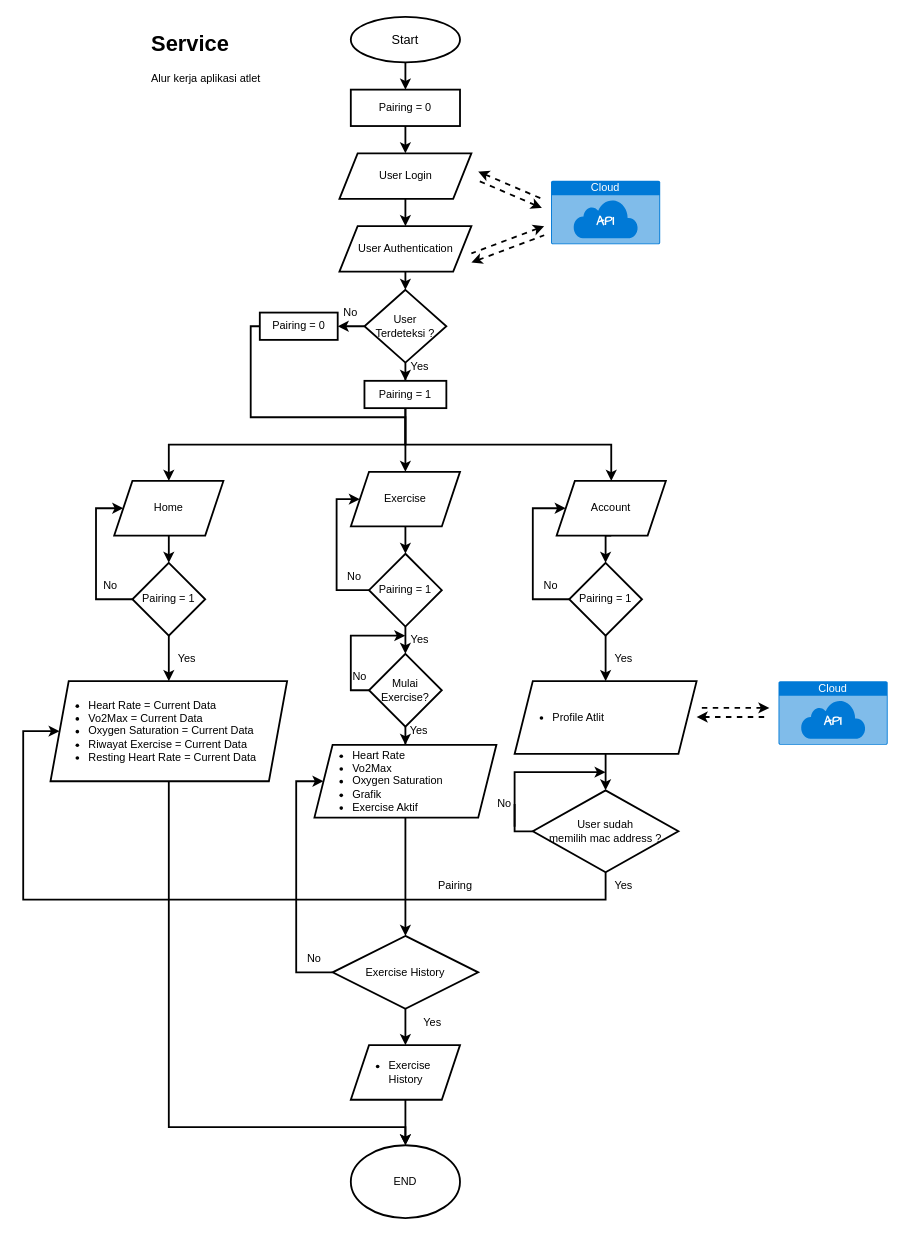
Before: Smartwatch.drawio in ilhamdestyo/draw.io, a draw.io diagram. Source tidied: cells renumbered, new cells numbered last; positions are measured from the earlier drawing's top-left corner, leaving out a move shared by most shapes. Both pictures are drawn from the tidied source at 91%, with x=0, y=0 at pixel (23, 16).
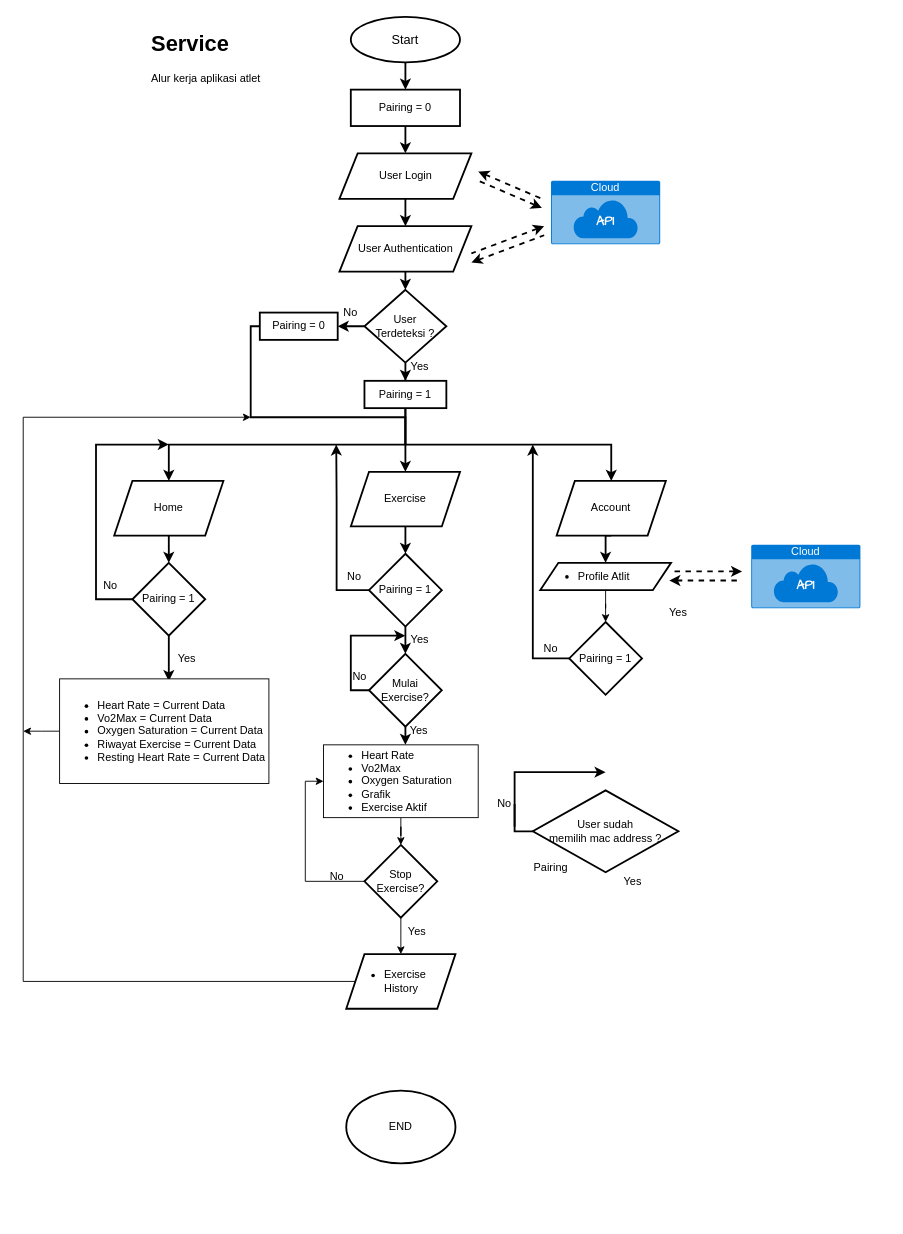
Above is the later version.

The change refers to these unchanged cells:
```xml
<mxCell id="28" value="User sudah &lt;br&gt;memilih mac address ?" style="rhombus;whiteSpace=wrap;html=1;align=center;strokeWidth=2;" parent="1" vertex="1">
  <mxGeometry x="560" y="850" width="160" height="90" as="geometry" />
</mxCell>
<mxCell id="43" value="Home" style="shape=parallelogram;perimeter=parallelogramPerimeter;whiteSpace=wrap;html=1;fixedSize=1;strokeWidth=2;" parent="1" vertex="1">
  <mxGeometry x="100" y="510" width="120" height="60" as="geometry" />
</mxCell>
<mxCell id="45" value="Exercise" style="shape=parallelogram;perimeter=parallelogramPerimeter;whiteSpace=wrap;html=1;fixedSize=1;strokeWidth=2;" parent="1" vertex="1">
  <mxGeometry x="360" y="500" width="120" height="60" as="geometry" />
</mxCell>
<mxCell id="47" value="Account" style="shape=parallelogram;perimeter=parallelogramPerimeter;whiteSpace=wrap;html=1;fixedSize=1;strokeWidth=2;" parent="1" vertex="1">
  <mxGeometry x="586.2" y="510" width="120" height="60" as="geometry" />
</mxCell>
<mxCell id="50" value="Pairing = 1" style="rhombus;whiteSpace=wrap;html=1;strokeWidth=2;" parent="1" vertex="1">
  <mxGeometry x="120" y="600" width="80" height="80" as="geometry" />
</mxCell>
<mxCell id="53" value="Pairing = 1" style="rhombus;whiteSpace=wrap;html=1;strokeWidth=2;" parent="1" vertex="1">
  <mxGeometry x="380" y="590" width="80" height="80" as="geometry" />
</mxCell>
<mxCell id="77" value="Mulai&lt;br&gt;Exercise?" style="rhombus;whiteSpace=wrap;html=1;strokeWidth=2;" parent="1" vertex="1">
  <mxGeometry x="380" y="700" width="80" height="80" as="geometry" />
</mxCell>
```

What changed in the source:
```diff
@@
-    <mxCell id="8" style="edgeStyle=orthogonalEdgeStyle;rounded=0;jettySize=auto;html=1;entryX=0.5;entryY=0;entryDx=0;entryDy=0;strokeWidth=2;" parent="1" edge="1" source="9" target="35">
-      <mxGeometry relative="1" as="geometry">
-        <Array as="points">
-          <mxPoint x="160" y="1220" />
-          <mxPoint x="420" y="1220" />
-        </Array>
-      </mxGeometry>
-    </mxCell>
-    <mxCell id="9" value="&lt;ul&gt;&lt;li&gt;Heart Rate = Current Data&lt;/li&gt;&lt;li&gt;Vo2Max = Current Data&lt;/li&gt;&lt;li&gt;Oxygen Saturation = Current Data&lt;/li&gt;&lt;li&gt;Riwayat Exercise = Current Data&lt;/li&gt;&lt;li&gt;Resting Heart Rate = Current Data&lt;/li&gt;&lt;/ul&gt;" style="shape=parallelogram;perimeter=parallelogramPerimeter;whiteSpace=wrap;html=1;fixedSize=1;align=left;strokeWidth=2;" parent="1" vertex="1">
-      <mxGeometry x="30" y="730" width="260" height="110" as="geometry" />
-    </mxCell>
-    <mxCell id="10" style="edgeStyle=orthogonalEdgeStyle;rounded=0;jettySize=auto;html=1;entryX=0.5;entryY=0;entryDx=0;entryDy=0;strokeWidth=2;" parent="1" edge="1" source="11" target="32">
-      <mxGeometry relative="1" as="geometry" />
-    </mxCell>
-    <mxCell id="11" value="&lt;ul&gt;&lt;li&gt;Heart Rate&lt;/li&gt;&lt;li&gt;Vo2Max&lt;/li&gt;&lt;li&gt;Oxygen Saturation&lt;/li&gt;&lt;li&gt;Grafik&lt;/li&gt;&lt;li&gt;Exercise Aktif&lt;/li&gt;&lt;/ul&gt;" style="shape=parallelogram;perimeter=parallelogramPerimeter;whiteSpace=wrap;html=1;fixedSize=1;align=left;strokeWidth=2;" parent="1" vertex="1">
-      <mxGeometry x="320" y="800" width="200" height="80" as="geometry" />
-    </mxCell>
-    <mxCell id="12" style="edgeStyle=orthogonalEdgeStyle;rounded=0;jettySize=auto;html=1;strokeWidth=2;" parent="1" edge="1" source="13" target="28">
-      <mxGeometry relative="1" as="geometry" />
-    </mxCell>
+    <mxCell id="80" style="edgeStyle=orthogonalEdgeStyle;rounded=0;jettySize=auto;html=1;entryX=0.5;entryY=0;entryDx=0;entryDy=0;" parent="1" edge="1" source="13" target="56">
+      <mxGeometry relative="1" as="geometry" />
+    </mxCell>
     <mxCell id="13" value="&lt;ul&gt;&lt;li&gt;Profile Atlit&lt;/li&gt;&lt;/ul&gt;" style="shape=parallelogram;perimeter=parallelogramPerimeter;whiteSpace=wrap;html=1;fixedSize=1;align=left;strokeWidth=2;" parent="1" vertex="1">
-      <mxGeometry x="540" y="730" width="200" height="80" as="geometry" />
+      <mxGeometry x="568.1" y="600" width="143.8" height="30" as="geometry" />
     </mxCell>
     <mxCell id="14" style="endArrow=none;dashed=1;html=1;rounded=0;strokeWidth=2;startArrow=classic;startFill=1;" parent="1" edge="1">
       <mxGeometry relative="1" as="geometry">
-        <mxPoint x="820" y="759.4" as="sourcePoint" />
-        <mxPoint x="740" y="759.4" as="targetPoint" />
+        <mxPoint x="790" y="609.4" as="sourcePoint" />
+        <mxPoint x="710" y="609.4" as="targetPoint" />
       </mxGeometry>
     </mxCell>
     <mxCell id="15" style="endArrow=none;dashed=1;html=1;rounded=0;strokeWidth=2;startArrow=classic;startFill=1;" parent="1" edge="1">
       <mxGeometry relative="1" as="geometry">
-        <mxPoint x="740" y="769.4" as="sourcePoint" />
-        <mxPoint x="820" y="769.4" as="targetPoint" />
+        <mxPoint x="710" y="619.4" as="sourcePoint" />
+        <mxPoint x="790" y="619.4" as="targetPoint" />
       </mxGeometry>
     </mxCell>
     <mxCell id="16" style="group;strokeWidth=2;" parent="1" vertex="1">
-      <mxGeometry x="830" y="730" width="120" height="70" as="geometry" />
+      <mxGeometry x="800" y="580" width="120" height="70" as="geometry" />
     </mxCell>
@@
-    <mxCell id="26" style="edgeStyle=orthogonalEdgeStyle;rounded=0;jettySize=auto;html=1;endSize=6;strokeWidth=2;entryX=0;entryY=0.5;entryDx=0;entryDy=0;" parent="1" edge="1" source="28" target="9">
-      <mxGeometry relative="1" as="geometry">
-        <Array as="points">
-          <mxPoint x="640" y="970" />
-          <mxPoint y="970" />
-          <mxPoint y="785" />
-        </Array>
-      </mxGeometry>
-    </mxCell>
@@
     <mxCell id="29" value="Pairing" style="text;html=1;strokeColor=none;fillColor=none;align=center;verticalAlign=middle;whiteSpace=wrap;rounded=0;strokeWidth=2;" parent="1" vertex="1">
-      <mxGeometry x="445" y="940" width="60" height="30" as="geometry" />
+      <mxGeometry x="550" y="920" width="60" height="30" as="geometry" />
     </mxCell>
-    <mxCell id="30" style="edgeStyle=orthogonalEdgeStyle;rounded=0;jettySize=auto;html=1;entryX=0;entryY=0.5;entryDx=0;entryDy=0;strokeWidth=2;" parent="1" edge="1" source="32" target="11">
-      <mxGeometry relative="1" as="geometry">
-        <Array as="points">
-          <mxPoint x="300" y="1050" />
-          <mxPoint x="300" y="840" />
-        </Array>
-      </mxGeometry>
-    </mxCell>
-    <mxCell id="31" style="edgeStyle=orthogonalEdgeStyle;rounded=0;jettySize=auto;html=1;strokeWidth=2;" parent="1" edge="1" source="32" target="34">
-      <mxGeometry relative="1" as="geometry" />
-    </mxCell>
-    <mxCell id="32" value="Exercise History" style="rhombus;whiteSpace=wrap;html=1;align=center;strokeWidth=2;" parent="1" vertex="1">
-      <mxGeometry x="340" y="1010" width="160" height="80" as="geometry" />
-    </mxCell>
-    <mxCell id="33" style="edgeStyle=orthogonalEdgeStyle;rounded=0;jettySize=auto;html=1;entryX=0.5;entryY=0;entryDx=0;entryDy=0;strokeWidth=2;" parent="1" edge="1" source="34" target="35">
-      <mxGeometry relative="1" as="geometry" />
-    </mxCell>
+    <mxCell id="81" style="edgeStyle=orthogonalEdgeStyle;rounded=0;jettySize=auto;html=1;" parent="1" edge="1" source="34">
+      <mxGeometry relative="1" as="geometry">
+        <mxPoint x="250" y="440" as="targetPoint" />
+        <Array as="points">
+          <mxPoint y="1060" />
+          <mxPoint y="440" />
+        </Array>
+      </mxGeometry>
+    </mxCell>
     <mxCell id="34" value="&lt;ul&gt;&lt;li&gt;Exercise History&lt;/li&gt;&lt;/ul&gt;" style="shape=parallelogram;perimeter=parallelogramPerimeter;whiteSpace=wrap;html=1;fixedSize=1;strokeWidth=2;align=left;" parent="1" vertex="1">
-      <mxGeometry x="360" y="1130" width="120" height="60" as="geometry" />
+      <mxGeometry x="355" y="1030" width="120" height="60" as="geometry" />
     </mxCell>
     <mxCell id="35" value="END" style="ellipse;whiteSpace=wrap;html=1;strokeWidth=2;" parent="1" vertex="1">
-      <mxGeometry x="360" y="1240" width="120" height="80" as="geometry" />
+      <mxGeometry x="355" y="1180" width="120" height="80" as="geometry" />
     </mxCell>
@@
     <mxCell id="37" value="No" style="text;html=1;strokeColor=none;fillColor=none;align=center;verticalAlign=middle;whiteSpace=wrap;rounded=0;strokeWidth=2;" parent="1" vertex="1">
-      <mxGeometry x="290" y="1020" width="60" height="30" as="geometry" />
+      <mxGeometry x="315" y="930" width="60" height="30" as="geometry" />
     </mxCell>
-    <mxCell id="38" value="Yes" style="text;html=1;strokeColor=none;fillColor=none;align=center;verticalAlign=middle;whiteSpace=wrap;rounded=0;strokeWidth=2;" parent="1" vertex="1">
-      <mxGeometry x="420" y="1090" width="60" height="30" as="geometry" />
-    </mxCell>
@@
     <mxCell id="41" value="Yes" style="text;html=1;strokeColor=none;fillColor=none;align=center;verticalAlign=middle;whiteSpace=wrap;rounded=0;strokeWidth=2;" parent="1" vertex="1">
-      <mxGeometry x="630" y="940" width="60" height="30" as="geometry" />
+      <mxGeometry x="640" y="935" width="60" height="30" as="geometry" />
     </mxCell>
@@
-    <mxCell id="46" style="edgeStyle=orthogonalEdgeStyle;rounded=0;jettySize=auto;html=1;exitX=0.5;exitY=1;exitDx=0;exitDy=0;entryX=0.5;entryY=0;entryDx=0;entryDy=0;strokeWidth=2;" parent="1" edge="1" source="47" target="56">
-      <mxGeometry relative="1" as="geometry" />
+    <mxCell id="46" style="edgeStyle=orthogonalEdgeStyle;rounded=0;jettySize=auto;html=1;exitX=0.5;exitY=1;exitDx=0;exitDy=0;entryX=0.5;entryY=0;entryDx=0;entryDy=0;strokeWidth=2;" parent="1" edge="1" source="47">
+      <mxGeometry relative="1" as="geometry">
+        <mxPoint x="640" y="600" as="targetPoint" />
+      </mxGeometry>
     </mxCell>
@@
-    <mxCell id="48" style="edgeStyle=orthogonalEdgeStyle;rounded=0;jettySize=auto;html=1;entryX=0.5;entryY=0;entryDx=0;entryDy=0;strokeWidth=2;" parent="1" edge="1" source="50" target="9">
-      <mxGeometry relative="1" as="geometry" />
+    <mxCell id="48" style="edgeStyle=orthogonalEdgeStyle;rounded=0;jettySize=auto;html=1;entryX=0.5;entryY=0;entryDx=0;entryDy=0;strokeWidth=2;" parent="1" edge="1" source="50">
+      <mxGeometry relative="1" as="geometry">
+        <mxPoint x="160" y="730" as="targetPoint" />
+      </mxGeometry>
     </mxCell>
-    <mxCell id="49" style="edgeStyle=orthogonalEdgeStyle;rounded=0;jettySize=auto;html=1;entryX=0;entryY=0.5;entryDx=0;entryDy=0;strokeWidth=2;" parent="1" edge="1" source="50" target="43">
+    <mxCell id="49" style="edgeStyle=orthogonalEdgeStyle;rounded=0;jettySize=auto;html=1;strokeWidth=2;" parent="1" edge="1" source="50">
       <mxGeometry relative="1" as="geometry">
+        <mxPoint x="160" y="470" as="targetPoint" />
         <Array as="points">
           <mxPoint x="80" y="640" />
-          <mxPoint x="80" y="540" />
+          <mxPoint x="80" y="470" />
         </Array>
       </mxGeometry>
     </mxCell>
@@
-    <mxCell id="51" style="edgeStyle=orthogonalEdgeStyle;rounded=0;jettySize=auto;html=1;entryX=0;entryY=0.5;entryDx=0;entryDy=0;strokeWidth=2;" parent="1" edge="1" source="53" target="45">
+    <mxCell id="51" style="edgeStyle=orthogonalEdgeStyle;rounded=0;jettySize=auto;html=1;strokeWidth=2;" parent="1" edge="1" source="53">
       <mxGeometry relative="1" as="geometry">
+        <mxPoint x="344" y="470" as="targetPoint" />
         <Array as="points">
           <mxPoint x="344.4" y="630" />
           <mxPoint x="344.4" y="530" />
         </Array>
       </mxGeometry>
     </mxCell>
@@
-    <mxCell id="54" style="edgeStyle=orthogonalEdgeStyle;rounded=0;jettySize=auto;html=1;entryX=0;entryY=0.5;entryDx=0;entryDy=0;strokeWidth=2;" parent="1" edge="1" source="56" target="47">
+    <mxCell id="54" style="edgeStyle=orthogonalEdgeStyle;rounded=0;jettySize=auto;html=1;strokeWidth=2;exitX=0;exitY=0.5;exitDx=0;exitDy=0;" parent="1" edge="1" source="56">
       <mxGeometry relative="1" as="geometry">
+        <mxPoint x="560" y="470" as="targetPoint" />
         <Array as="points">
-          <mxPoint x="560" y="640" />
-          <mxPoint x="560" y="540" />
+          <mxPoint x="560" y="705" />
         </Array>
       </mxGeometry>
     </mxCell>
-    <mxCell id="55" style="edgeStyle=orthogonalEdgeStyle;rounded=0;jettySize=auto;html=1;entryX=0.5;entryY=0;entryDx=0;entryDy=0;strokeWidth=2;" parent="1" edge="1" source="56" target="13">
-      <mxGeometry relative="1" as="geometry" />
-    </mxCell>
-    <mxCell id="56" value="Pairing = 1" style="rhombus;whiteSpace=wrap;html=1;strokeWidth=2;" parent="1" vertex="1">
-      <mxGeometry x="600" y="600" width="80" height="80" as="geometry" />
-    </mxCell>
@@
     <mxCell id="61" value="Yes" style="text;html=1;strokeColor=none;fillColor=none;align=center;verticalAlign=middle;whiteSpace=wrap;rounded=0;strokeWidth=2;" parent="1" vertex="1">
-      <mxGeometry x="630" y="690" width="60" height="30" as="geometry" />
+      <mxGeometry x="690" y="640" width="60" height="30" as="geometry" />
     </mxCell>
@@
     <mxCell id="64" value="No" style="text;html=1;strokeColor=none;fillColor=none;align=center;verticalAlign=middle;whiteSpace=wrap;rounded=0;strokeWidth=2;" parent="1" vertex="1">
-      <mxGeometry x="550" y="610" width="60" height="30" as="geometry" />
+      <mxGeometry x="550" y="680" width="60" height="30" as="geometry" />
     </mxCell>
@@
-    <mxCell id="75" style="edgeStyle=orthogonalEdgeStyle;rounded=0;jettySize=auto;html=1;strokeWidth=2;" parent="1" edge="1" source="77" target="11">
-      <mxGeometry relative="1" as="geometry" />
+    <mxCell id="75" style="edgeStyle=orthogonalEdgeStyle;rounded=0;jettySize=auto;html=1;strokeWidth=2;" parent="1" edge="1" source="77">
+      <mxGeometry relative="1" as="geometry">
+        <mxPoint x="419.9" y="800" as="targetPoint" />
+      </mxGeometry>
     </mxCell>
@@
+    <mxCell id="82" style="edgeStyle=orthogonalEdgeStyle;rounded=0;jettySize=auto;html=1;" parent="1" edge="1" source="9">
+      <mxGeometry relative="1" as="geometry">
+        <mxPoint y="785" as="targetPoint" />
+      </mxGeometry>
+    </mxCell>
+    <mxCell id="9" value="&lt;ul style=&quot;border-color: var(--border-color);&quot;&gt;&lt;li style=&quot;border-color: var(--border-color);&quot;&gt;Heart Rate = Current Data&lt;/li&gt;&lt;li style=&quot;border-color: var(--border-color);&quot;&gt;Vo2Max = Current Data&lt;/li&gt;&lt;li style=&quot;border-color: var(--border-color);&quot;&gt;Oxygen Saturation = Current Data&lt;/li&gt;&lt;li style=&quot;border-color: var(--border-color);&quot;&gt;Riwayat Exercise = Current Data&lt;/li&gt;&lt;li style=&quot;border-color: var(--border-color);&quot;&gt;Resting Heart Rate = Current Data&lt;/li&gt;&lt;/ul&gt;" style="rounded=0;whiteSpace=wrap;html=1;align=left;" parent="1" vertex="1">
+      <mxGeometry x="40" y="727.5" width="230" height="115" as="geometry" />
+    </mxCell>
+    <mxCell id="83" style="edgeStyle=orthogonalEdgeStyle;rounded=0;jettySize=auto;html=1;" parent="1" edge="1" source="11" target="86">
+      <mxGeometry relative="1" as="geometry" />
+    </mxCell>
+    <mxCell id="11" value="&lt;ul style=&quot;border-color: var(--border-color);&quot;&gt;&lt;li style=&quot;border-color: var(--border-color);&quot;&gt;Heart Rate&lt;/li&gt;&lt;li style=&quot;border-color: var(--border-color);&quot;&gt;Vo2Max&lt;/li&gt;&lt;li style=&quot;border-color: var(--border-color);&quot;&gt;Oxygen Saturation&lt;/li&gt;&lt;li style=&quot;border-color: var(--border-color);&quot;&gt;Grafik&lt;/li&gt;&lt;li style=&quot;border-color: var(--border-color);&quot;&gt;Exercise Aktif&lt;/li&gt;&lt;/ul&gt;" style="rounded=0;whiteSpace=wrap;html=1;align=left;" parent="1" vertex="1">
+      <mxGeometry x="330" y="800" width="170" height="80" as="geometry" />
+    </mxCell>
+    <mxCell id="84" style="edgeStyle=orthogonalEdgeStyle;rounded=0;jettySize=auto;html=1;entryX=0.5;entryY=0;entryDx=0;entryDy=0;" parent="1" edge="1" source="86">
+      <mxGeometry relative="1" as="geometry">
+        <mxPoint x="415" y="1030" as="targetPoint" />
+      </mxGeometry>
+    </mxCell>
+    <mxCell id="85" style="edgeStyle=orthogonalEdgeStyle;rounded=0;jettySize=auto;html=1;entryX=0;entryY=0.5;entryDx=0;entryDy=0;" parent="1" edge="1" source="86" target="11">
+      <mxGeometry relative="1" as="geometry">
+        <Array as="points">
+          <mxPoint x="310" y="950" />
+          <mxPoint x="310" y="840" />
+        </Array>
+      </mxGeometry>
+    </mxCell>
+    <mxCell id="86" value="Stop&lt;br&gt;Exercise?" style="rhombus;whiteSpace=wrap;html=1;strokeWidth=2;" parent="1" vertex="1">
+      <mxGeometry x="375" y="910" width="80" height="80" as="geometry" />
+    </mxCell>
+    <mxCell id="38" value="Yes" style="text;html=1;strokeColor=none;fillColor=none;align=center;verticalAlign=middle;whiteSpace=wrap;rounded=0;strokeWidth=2;" parent="1" vertex="1">
+      <mxGeometry x="402.5" y="990" width="60" height="30" as="geometry" />
+    </mxCell>
+    <mxCell id="56" value="Pairing = 1" style="rhombus;whiteSpace=wrap;html=1;strokeWidth=2;" parent="1" vertex="1">
+      <mxGeometry x="600" y="665" width="80" height="80" as="geometry" />
+    </mxCell>
```
